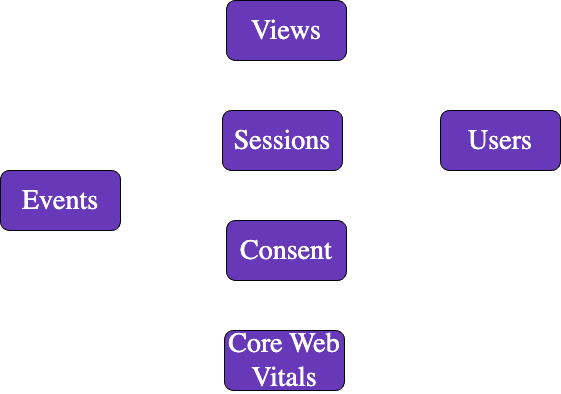
The draw.io diagram docs/modeling-your-data/modeling-your-data-with-dbt/dbt-models/dbt-unified-data-model/images/unified-process-dark.drawio.png in snowplow/documentation, before a commit. Source tidied: cells renumbered, new cells last; positions are measured from the earlier drawing's top-left corner, leaving out a move shared by most shapes.
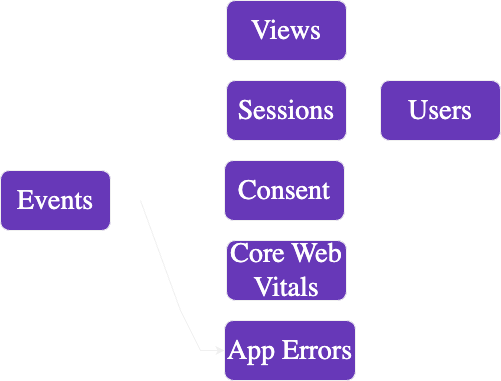
The same file after the commit.

Change to the diagram source:
```diff
@@ -12,28 +12,44 @@
       <mxGeometry relative="1" as="geometry" />
     </mxCell>
     <mxCell id="5" style="edgeStyle=entityRelationEdgeStyle;rounded=0;jettySize=auto;html=1;exitX=1;exitY=0.5;exitDx=0;exitDy=0;entryX=0;entryY=0.5;entryDx=0;entryDy=0;elbow=vertical;strokeColor=#FFFFFF;" parent="1" edge="1" source="6" target="12">
-      <mxGeometry relative="1" as="geometry" />
+      <mxGeometry relative="1" as="geometry">
+        <Array as="points">
+          <mxPoint x="220" y="350" />
+        </Array>
+      </mxGeometry>
     </mxCell>
     <mxCell id="6" value="Events" style="rounded=1;whiteSpace=wrap;html=1;fontFamily=Source Sans Pro;fontSource=https%3A%2F%2Ffonts.googleapis.com%2Fcss%3Ffamily%3DSource%2BSans%2BPro;fontSize=28;fontStyle=0;fillColor=#6738B8;fontColor=#FFFFFF;" parent="1" vertex="1">
-      <mxGeometry y="170" width="120" height="60" as="geometry" />
+      <mxGeometry y="170" width="110" height="60" as="geometry" />
     </mxCell>
     <mxCell id="7" style="edgeStyle=entityRelationEdgeStyle;rounded=0;jettySize=auto;html=1;exitX=1;exitY=0.5;exitDx=0;exitDy=0;fontFamily=Source Sans Pro;fontSource=https%3A%2F%2Ffonts.googleapis.com%2Fcss%3Ffamily%3DSource%2BSans%2BPro;fontSize=28;entryX=0;entryY=0.5;entryDx=0;entryDy=0;strokeColor=#FFFFFF;fontColor=#FFFFFF;" parent="1" edge="1" source="8" target="10">
       <mxGeometry relative="1" as="geometry" />
     </mxCell>
     <mxCell id="8" value="Sessions" style="rounded=1;whiteSpace=wrap;html=1;fontFamily=Source Sans Pro;fontSource=https%3A%2F%2Ffonts.googleapis.com%2Fcss%3Ffamily%3DSource%2BSans%2BPro;fontSize=28;fontStyle=0;fillColor=#6738B8;fontColor=#FFFFFF;" parent="1" vertex="1">
-      <mxGeometry x="222" y="110" width="120" height="60" as="geometry" />
+      <mxGeometry x="226" y="80" width="120" height="60" as="geometry" />
     </mxCell>
     <mxCell id="9" value="Views" style="rounded=1;whiteSpace=wrap;html=1;fontFamily=Source Sans Pro;fontSource=https%3A%2F%2Ffonts.googleapis.com%2Fcss%3Ffamily%3DSource%2BSans%2BPro;fontSize=28;fontStyle=0;fillColor=#6738B8;fontColor=#FFFFFF;" parent="1" vertex="1">
       <mxGeometry x="226" width="120" height="60" as="geometry" />
     </mxCell>
     <mxCell id="10" value="Users" style="rounded=1;whiteSpace=wrap;html=1;fontFamily=Source Sans Pro;fontSource=https%3A%2F%2Ffonts.googleapis.com%2Fcss%3Ffamily%3DSource%2BSans%2BPro;fontSize=28;fontStyle=0;fillColor=#6738B8;fontColor=#FFFFFF;" parent="1" vertex="1">
-      <mxGeometry x="440" y="110" width="120" height="60" as="geometry" />
+      <mxGeometry x="380" y="80" width="120" height="60" as="geometry" />
     </mxCell>
     <mxCell id="11" value="Consent" style="rounded=1;whiteSpace=wrap;html=1;fontFamily=Source Sans Pro;fontSource=https%3A%2F%2Ffonts.googleapis.com%2Fcss%3Ffamily%3DSource%2BSans%2BPro;fontSize=28;fontStyle=0;fillColor=#6738B8;fontColor=#FFFFFF;" parent="1" vertex="1">
-      <mxGeometry x="226" y="220" width="120" height="60" as="geometry" />
+      <mxGeometry x="224" y="160" width="120" height="60" as="geometry" />
     </mxCell>
     <mxCell id="12" value="Core Web Vitals" style="rounded=1;whiteSpace=wrap;html=1;fontFamily=Source Sans Pro;fontSource=https%3A%2F%2Ffonts.googleapis.com%2Fcss%3Ffamily%3DSource%2BSans%2BPro;fontSize=28;fontStyle=0;fillColor=#6738B8;fontColor=#FFFFFF;" parent="1" vertex="1">
-      <mxGeometry x="224" y="330" width="120" height="60" as="geometry" />
+      <mxGeometry x="226" y="240" width="120" height="60" as="geometry" />
     </mxCell>
+    <mxCell id="13" value="App Errors" style="rounded=1;whiteSpace=wrap;html=1;fontFamily=Source Sans Pro;fontSource=https%3A%2F%2Ffonts.googleapis.com%2Fcss%3Ffamily%3DSource%2BSans%2BPro;fontSize=28;fontStyle=0;fillColor=#6738B8;fontColor=#FFFFFF;" parent="1" vertex="1">
+      <mxGeometry x="224" y="320" width="131" height="60" as="geometry" />
+    </mxCell>
+    <mxCell id="14" style="endArrow=classic;html=1;rounded=0;entryX=0;entryY=0.5;entryDx=0;entryDy=0;" parent="1" edge="1" target="13">
+      <mxGeometry relative="1" as="geometry">
+        <mxPoint x="140" y="200" as="sourcePoint" />
+        <Array as="points">
+          <mxPoint x="180" y="310" />
+          <mxPoint x="200" y="350" />
+        </Array>
+      </mxGeometry>
+    </mxCell>
   </root>
 </mxGraphModel>
```
